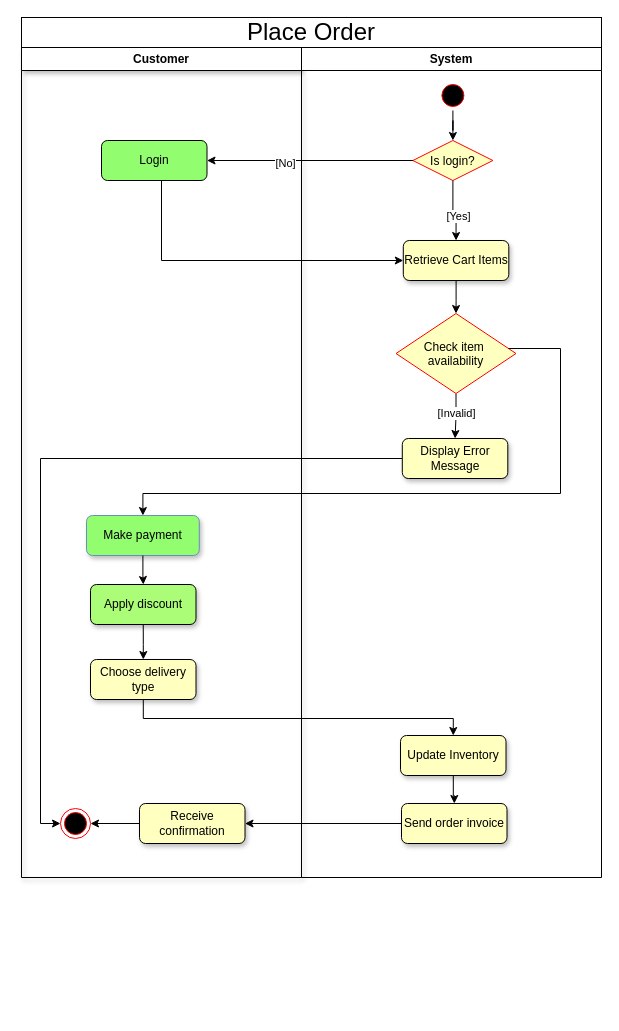
Above: UML/activity diagram and scenario/Places An Order/Place order activity diagram.drawio in eltohamy3/Ecommerce-System-analysis_project (draw.io), before the change. Source tidied: cells renumbered, new cells numbered last; positions are measured from the earlier drawing's top-left corner, leaving out a move shared by most shapes. Both pictures are drawn from the tidied source at 100%, with x=0, y=0 at pixel (21, 17).
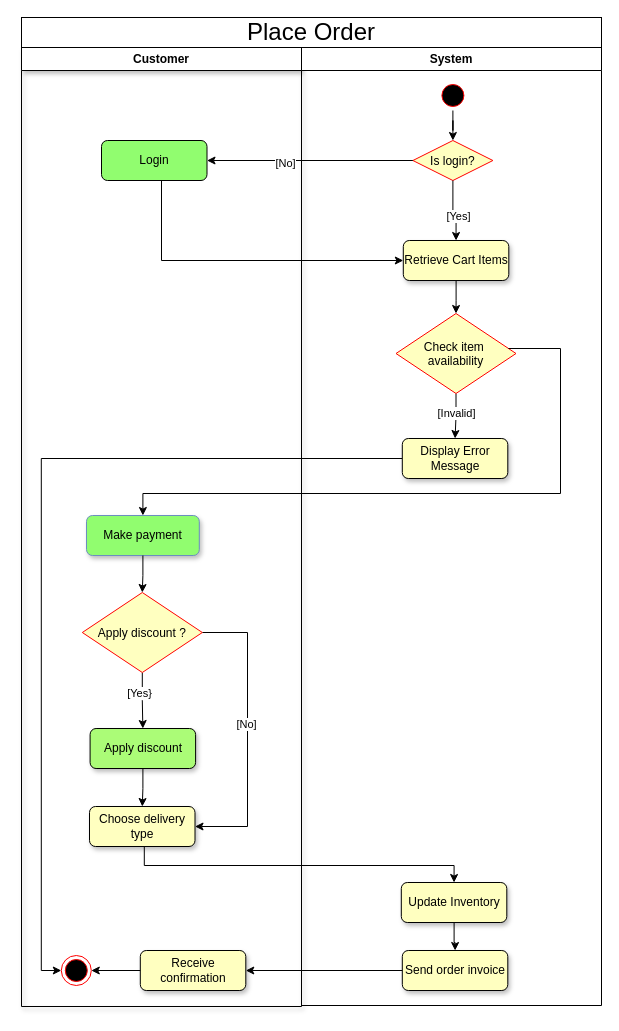
The same diagram, later.

Commit message (it also covers changes not shown here):
Place order updated

The change refers to these unchanged cells:
```xml
<mxCell id="27" value="Make payment" style="rounded=1;whiteSpace=wrap;html=1;fillColor=#91fd6f;shadow=1;strokeColor=#6c8ebf;" parent="3" vertex="1">
  <mxGeometry x="-215" y="468" width="112.8" height="40" as="geometry" />
</mxCell>
```

Change to the diagram source:
```diff
@@
     <mxCell id="2" value="Customer" style="swimlane;whiteSpace=wrap;shadow=1;fillColor=#FFFFFF;" parent="1" vertex="1">
-      <mxGeometry y="30" width="280" height="830" as="geometry" />
+      <mxGeometry y="30" width="280" height="959" as="geometry" />
     </mxCell>
+    <mxCell id="15" value="Apply discount" style="rounded=1;whiteSpace=wrap;html=1;fillColor=#abfc77;shadow=1;" parent="2" vertex="1">
+      <mxGeometry x="68.6" y="681" width="105.5" height="40" as="geometry" />
+    </mxCell>
+    <mxCell id="17" value="Choose delivery type" style="rounded=1;whiteSpace=wrap;html=1;fillColor=#FFFFC0;shadow=1;" parent="2" vertex="1">
+      <mxGeometry x="68" y="759" width="105.5" height="40" as="geometry" />
+    </mxCell>
+    <mxCell id="16" style="edgeStyle=orthogonalEdgeStyle;rounded=0;jettySize=auto;html=1;" parent="2" edge="1" source="15" target="17">
+      <mxGeometry relative="1" as="geometry" />
+    </mxCell>
+    <mxCell id="35" style="edgeStyle=orthogonalEdgeStyle;rounded=0;jettySize=auto;html=1;entryX=0.5;entryY=0;entryDx=0;entryDy=0;" parent="2" edge="1" source="39" target="15">
+      <mxGeometry relative="1" as="geometry" />
+    </mxCell>
+    <mxCell id="36" value="[Yes}" style="edgeLabel;html=1;align=center;verticalAlign=middle;" parent="35" vertex="1">
+      <mxGeometry x="-0.29" y="-3" relative="1" as="geometry" />
+    </mxCell>
+    <mxCell id="37" style="edgeStyle=orthogonalEdgeStyle;rounded=0;jettySize=auto;html=1;entryX=1;entryY=0.5;entryDx=0;entryDy=0;" parent="2" edge="1" source="39" target="17">
+      <mxGeometry relative="1" as="geometry">
+        <Array as="points">
+          <mxPoint x="226" y="585" />
+          <mxPoint x="226" y="779" />
+        </Array>
+      </mxGeometry>
+    </mxCell>
+    <mxCell id="38" value="[No]" style="edgeLabel;html=1;align=center;verticalAlign=middle;" parent="37" vertex="1">
+      <mxGeometry x="-0.06" y="-2" relative="1" as="geometry" />
+    </mxCell>
+    <mxCell id="39" value="Apply discount ?" style="rhombus;fillColor=#FFFFC0;strokeColor=#ff0000;" parent="2" vertex="1">
+      <mxGeometry x="60.8" y="545" width="120" height="80" as="geometry" />
+    </mxCell>
     <mxCell id="3" value="System" style="swimlane;whiteSpace=wrap;fillColor=#FFFFFF;" parent="1" vertex="1">
-      <mxGeometry x="280" y="30" width="300" height="830" as="geometry" />
+      <mxGeometry x="280" y="30" width="300" height="958" as="geometry" />
     </mxCell>
@@
-    <mxCell id="15" value="Apply discount" style="rounded=1;whiteSpace=wrap;html=1;fillColor=#abfc77;shadow=1;" parent="3" vertex="1">
-      <mxGeometry x="-211" y="537" width="105.5" height="40" as="geometry" />
-    </mxCell>
-    <mxCell id="16" style="edgeStyle=orthogonalEdgeStyle;rounded=0;jettySize=auto;html=1;exitX=0.5;exitY=1;exitDx=0;exitDy=0;" parent="3" edge="1" source="15" target="17">
-      <mxGeometry relative="1" as="geometry" />
-    </mxCell>
-    <mxCell id="17" value="Choose delivery type" style="rounded=1;whiteSpace=wrap;html=1;fillColor=#FFFFC0;shadow=1;" parent="3" vertex="1">
-      <mxGeometry x="-211" y="612" width="105.5" height="40" as="geometry" />
-    </mxCell>
     <mxCell id="18" value="Receive confirmation" style="rounded=1;whiteSpace=wrap;html=1;fillColor=#FFFFC0;shadow=1;" parent="3" vertex="1">
-      <mxGeometry x="-162" y="756" width="105.5" height="40" as="geometry" />
+      <mxGeometry x="-161.2" y="903" width="105.5" height="40" as="geometry" />
     </mxCell>
@@
     <mxCell id="22" style="ellipse;shape=endState;fillColor=#000000;strokeColor=#ff0000;" parent="3" vertex="1">
-      <mxGeometry x="-241" y="761" width="30" height="30" as="geometry" />
+      <mxGeometry x="-240.2" y="908" width="30" height="30" as="geometry" />
     </mxCell>
     <mxCell id="23" value="Send order&amp;nbsp;&lt;span style=&quot;line-height: 115%;&quot;&gt;&lt;font style=&quot;font-size: 12px;&quot;&gt;invoice&lt;/font&gt;&lt;/span&gt;" style="rounded=1;whiteSpace=wrap;html=1;fillColor=#FFFFC0;shadow=1;" parent="3" vertex="1">
-      <mxGeometry x="100" y="756" width="105.5" height="40" as="geometry" />
+      <mxGeometry x="100.8" y="903" width="105.5" height="40" as="geometry" />
     </mxCell>
@@
     <mxCell id="25" value="Update Inventory" style="rounded=1;whiteSpace=wrap;html=1;fillColor=#FFFFC0;shadow=1;" parent="3" vertex="1">
-      <mxGeometry x="99" y="688" width="105.5" height="40" as="geometry" />
+      <mxGeometry x="99.8" y="835" width="105.5" height="40" as="geometry" />
     </mxCell>
@@
-    <mxCell id="30" style="edgeStyle=orthogonalEdgeStyle;rounded=0;jettySize=auto;html=1;exitX=0.5;exitY=1;exitDx=0;exitDy=0;" parent="3" edge="1" source="27" target="15">
-      <mxGeometry relative="1" as="geometry" />
-    </mxCell>
@@
+    <mxCell id="34" value="&lt;span style=&quot;text-wrap: nowrap;&quot;&gt;&lt;font style=&quot;font-size: 24px;&quot;&gt;Place Order&lt;/font&gt;&lt;/span&gt;" style="rounded=0;whiteSpace=wrap;html=1;" parent="1" vertex="1">
+      <mxGeometry width="580" height="30" as="geometry" />
+    </mxCell>
-    <mxCell id="33" style="edgeStyle=orthogonalEdgeStyle;rounded=0;jettySize=auto;html=1;entryX=0.5;entryY=0;entryDx=0;entryDy=0;" parent="3" edge="1" source="17" target="25">
+    <mxCell id="33" style="edgeStyle=orthogonalEdgeStyle;rounded=0;jettySize=auto;html=1;entryX=0.5;entryY=0;entryDx=0;entryDy=0;" parent="1" edge="1" source="17" target="25">
       <mxGeometry relative="1" as="geometry">
         <Array as="points">
-          <mxPoint x="-158" y="671" />
-          <mxPoint x="152" y="671" />
+          <mxPoint x="122.8" y="848" />
+          <mxPoint x="432.8" y="848" />
         </Array>
       </mxGeometry>
     </mxCell>
-    <mxCell id="34" value="&lt;span style=&quot;text-wrap: nowrap;&quot;&gt;&lt;font style=&quot;font-size: 24px;&quot;&gt;Place Order&lt;/font&gt;&lt;/span&gt;" style="rounded=0;whiteSpace=wrap;html=1;" parent="1" vertex="1">
-      <mxGeometry width="580" height="30" as="geometry" />
-    </mxCell>
+    <mxCell id="40" style="edgeStyle=orthogonalEdgeStyle;rounded=0;jettySize=auto;html=1;entryX=0.5;entryY=0;entryDx=0;entryDy=0;" parent="1" edge="1" source="27" target="39">
+      <mxGeometry relative="1" as="geometry" />
+    </mxCell>
```
